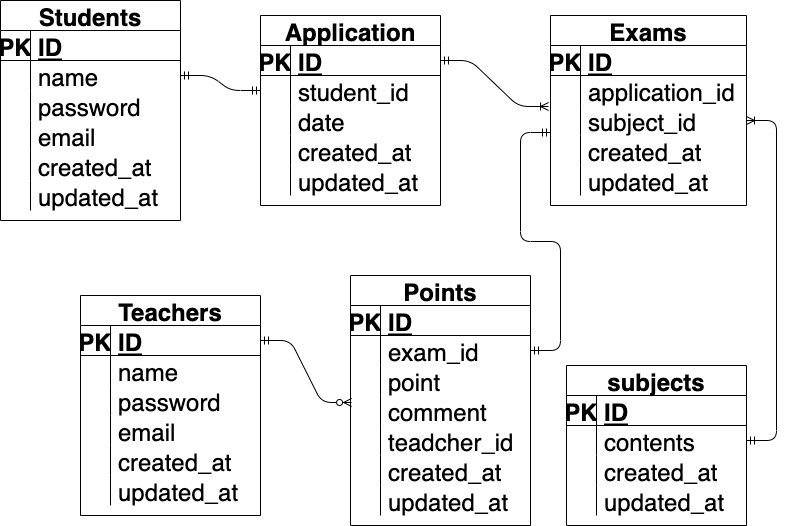
The draw.io diagram database-design_exam.drawio.png in hawkwing2022/20221221_takaba, before a commit. Source tidied: cells renumbered, new cells last; positions are measured from the earlier drawing's top-left corner, leaving out a move shared by most shapes.
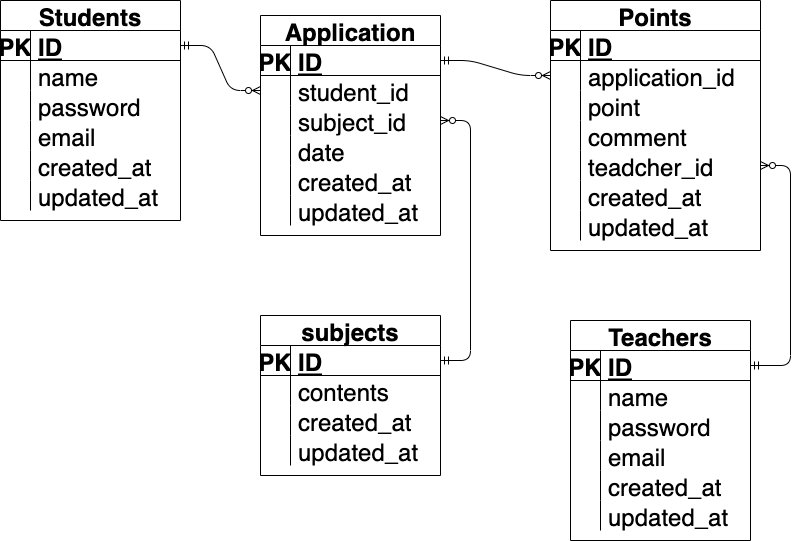
Later version of the same file.

Commit message:
restore_for_modification

Change to the diagram source:
```diff
@@ -60,7 +60,7 @@
       <mxGeometry x="30" width="150" height="30" as="geometry" />
     </mxCell>
     <mxCell id="21" value="Teachers" style="shape=table;startSize=30;rowLines=0;fontStyle=1;align=center;fontSize=24;" parent="1" vertex="1">
-      <mxGeometry x="80" y="295" width="180" height="220" as="geometry" />
+      <mxGeometry x="570" y="320" width="180" height="220" as="geometry" />
     </mxCell>
     <mxCell id="22" style="shape=partialRectangle;fillColor=none;top=0;left=0;bottom=1;right=0;points=[[0,0.5],[1,0.5]];portConstraint=eastwest;fontSize=24;" parent="21" vertex="1">
       <mxGeometry y="30" width="180" height="30" as="geometry" />
@@ -117,7 +117,7 @@
       <mxGeometry x="30" width="150" height="30" as="geometry" />
     </mxCell>
     <mxCell id="40" value="subjects" style="shape=table;startSize=30;rowLines=0;fontStyle=1;align=center;fontSize=24;" parent="1" vertex="1">
-      <mxGeometry x="566" y="365" width="180" height="160" as="geometry" />
+      <mxGeometry x="260" y="315" width="180" height="160" as="geometry" />
     </mxCell>
     <mxCell id="41" style="shape=partialRectangle;fillColor=none;top=0;left=0;bottom=1;right=0;points=[[0,0.5],[1,0.5]];portConstraint=eastwest;fontSize=24;" parent="40" vertex="1">
       <mxGeometry y="30" width="180" height="30" as="geometry" />
@@ -159,7 +159,7 @@
       <mxGeometry x="440" y="295" width="30" height="30" as="geometry" />
     </mxCell>
     <mxCell id="54" value="Application" style="shape=table;startSize=30;rowLines=0;fontStyle=1;align=center;fontSize=24;" parent="1" vertex="1">
-      <mxGeometry x="260" y="15" width="180" height="190" as="geometry" />
+      <mxGeometry x="260" y="15" width="180" height="220" as="geometry" />
     </mxCell>
     <mxCell id="55" style="shape=partialRectangle;fillColor=none;top=0;left=0;bottom=1;right=0;points=[[0,0.5],[1,0.5]];portConstraint=eastwest;fontSize=24;" parent="54" vertex="1">
       <mxGeometry y="30" width="180" height="30" as="geometry" />
@@ -179,8 +179,17 @@
     <mxCell id="60" value="student_id" style="shape=partialRectangle;fillColor=none;top=0;left=0;bottom=0;right=0;align=left;spacingLeft=6;overflow=hidden;fontSize=24;" parent="58" vertex="1">
       <mxGeometry x="30" width="150" height="30" as="geometry" />
     </mxCell>
+    <mxCell id="113" style="shape=partialRectangle;fillColor=none;top=0;left=0;bottom=0;right=0;points=[[0,0.5],[1,0.5]];portConstraint=eastwest;" parent="54" vertex="1">
+      <mxGeometry y="90" width="180" height="30" as="geometry" />
+    </mxCell>
+    <mxCell id="114" style="shape=partialRectangle;fillColor=none;top=0;left=0;bottom=0;right=0;overflow=hidden;" parent="113" vertex="1">
+      <mxGeometry width="30" height="30" as="geometry" />
+    </mxCell>
+    <mxCell id="79" value="subject_id" style="shape=partialRectangle;fillColor=none;top=0;left=0;bottom=0;right=0;align=left;spacingLeft=6;overflow=hidden;fontSize=24;" parent="113" vertex="1">
+      <mxGeometry x="30" width="150" height="30" as="geometry" />
+    </mxCell>
     <mxCell id="61" style="shape=partialRectangle;fillColor=none;top=0;left=0;bottom=0;right=0;fontSize=24;" parent="54" vertex="1">
-      <mxGeometry y="90" width="180" height="30" as="geometry" />
+      <mxGeometry y="120" width="180" height="30" as="geometry" />
     </mxCell>
     <mxCell id="62" style="shape=partialRectangle;fillColor=none;top=0;left=0;bottom=0;right=0;overflow=hidden;fontSize=24;" parent="61" vertex="1">
       <mxGeometry width="30" height="30" as="geometry" />
@@ -189,7 +198,7 @@
       <mxGeometry x="30" width="150" height="30" as="geometry" />
     </mxCell>
     <mxCell id="64" style="shape=partialRectangle;fillColor=none;top=0;left=0;bottom=0;right=0;fontSize=24;" parent="54" vertex="1">
-      <mxGeometry y="120" width="180" height="30" as="geometry" />
+      <mxGeometry y="150" width="180" height="30" as="geometry" />
     </mxCell>
     <mxCell id="65" style="shape=partialRectangle;fillColor=none;top=0;left=0;bottom=0;right=0;overflow=hidden;fontSize=24;" parent="64" vertex="1">
       <mxGeometry width="30" height="30" as="geometry" />
@@ -198,7 +207,7 @@
       <mxGeometry x="30" width="150" height="30" as="geometry" />
     </mxCell>
     <mxCell id="67" style="shape=partialRectangle;fillColor=none;top=0;left=0;bottom=0;right=0;fontSize=24;" parent="54" vertex="1">
-      <mxGeometry y="150" width="180" height="30" as="geometry" />
+      <mxGeometry y="180" width="180" height="30" as="geometry" />
     </mxCell>
     <mxCell id="68" style="shape=partialRectangle;fillColor=none;top=0;left=0;bottom=0;right=0;overflow=hidden;fontSize=24;" parent="67" vertex="1">
       <mxGeometry width="30" height="30" as="geometry" />
@@ -206,134 +215,85 @@
     <mxCell id="69" value="updated_at" style="shape=partialRectangle;fillColor=none;top=0;left=0;bottom=0;right=0;align=left;spacingLeft=6;overflow=hidden;fontSize=24;" parent="67" vertex="1">
       <mxGeometry x="30" width="150" height="30" as="geometry" />
     </mxCell>
-    <mxCell id="70" value="Exams" style="shape=table;startSize=30;rowLines=0;fontStyle=1;align=center;fontSize=24;" parent="1" vertex="1">
-      <mxGeometry x="550" y="15" width="196" height="190" as="geometry" />
-    </mxCell>
-    <mxCell id="71" style="shape=partialRectangle;fillColor=none;top=0;left=0;bottom=1;right=0;fontSize=24;" parent="70" vertex="1">
-      <mxGeometry y="30" width="196" height="30" as="geometry" />
-    </mxCell>
-    <mxCell id="72" value="PK" style="shape=partialRectangle;fillColor=none;top=0;left=0;bottom=0;right=0;fontStyle=1;overflow=hidden;fontSize=24;" parent="71" vertex="1">
-      <mxGeometry width="30" height="30" as="geometry" />
-    </mxCell>
-    <mxCell id="73" value="ID" style="shape=partialRectangle;fillColor=none;top=0;left=0;bottom=0;right=0;align=left;spacingLeft=6;fontStyle=5;overflow=hidden;fontSize=24;" parent="71" vertex="1">
-      <mxGeometry x="30" width="166" height="30" as="geometry" />
-    </mxCell>
-    <mxCell id="74" style="shape=partialRectangle;fillColor=none;top=0;left=0;bottom=0;right=0;fontSize=24;" parent="70" vertex="1">
-      <mxGeometry y="60" width="196" height="30" as="geometry" />
-    </mxCell>
-    <mxCell id="75" style="shape=partialRectangle;fillColor=none;top=0;left=0;bottom=0;right=0;overflow=hidden;fontSize=24;" parent="74" vertex="1">
-      <mxGeometry width="30" height="30" as="geometry" />
-    </mxCell>
-    <mxCell id="76" value="application_id" style="shape=partialRectangle;fillColor=none;top=0;left=0;bottom=0;right=0;align=left;spacingLeft=6;overflow=hidden;fontSize=24;" parent="74" vertex="1">
-      <mxGeometry x="30" width="166" height="30" as="geometry" />
-    </mxCell>
-    <mxCell id="77" style="shape=partialRectangle;fillColor=none;top=0;left=0;bottom=0;right=0;points=[[0,0.5],[1,0.5]];portConstraint=eastwest;fontSize=24;" parent="70" vertex="1">
-      <mxGeometry y="90" width="196" height="30" as="geometry" />
-    </mxCell>
-    <mxCell id="78" style="shape=partialRectangle;fillColor=none;top=0;left=0;bottom=0;right=0;overflow=hidden;fontSize=24;" parent="77" vertex="1">
-      <mxGeometry width="30" height="30" as="geometry" />
-    </mxCell>
-    <mxCell id="79" value="subject_id" style="shape=partialRectangle;fillColor=none;top=0;left=0;bottom=0;right=0;align=left;spacingLeft=6;overflow=hidden;fontSize=24;" parent="77" vertex="1">
-      <mxGeometry x="30" width="166" height="30" as="geometry" />
-    </mxCell>
-    <mxCell id="80" style="shape=partialRectangle;fillColor=none;top=0;left=0;bottom=0;right=0;points=[[0,0.5],[1,0.5]];portConstraint=eastwest;fontSize=24;" parent="70" vertex="1">
-      <mxGeometry y="120" width="196" height="30" as="geometry" />
-    </mxCell>
-    <mxCell id="81" style="shape=partialRectangle;fillColor=none;top=0;left=0;bottom=0;right=0;overflow=hidden;fontSize=24;" parent="80" vertex="1">
-      <mxGeometry width="30" height="30" as="geometry" />
-    </mxCell>
-    <mxCell id="82" value="created_at" style="shape=partialRectangle;fillColor=none;top=0;left=0;bottom=0;right=0;align=left;spacingLeft=6;overflow=hidden;fontSize=24;" parent="80" vertex="1">
-      <mxGeometry x="30" width="166" height="30" as="geometry" />
-    </mxCell>
-    <mxCell id="83" style="shape=partialRectangle;fillColor=none;top=0;left=0;bottom=0;right=0;fontSize=24;" parent="70" vertex="1">
-      <mxGeometry y="150" width="196" height="30" as="geometry" />
-    </mxCell>
-    <mxCell id="84" style="shape=partialRectangle;fillColor=none;top=0;left=0;bottom=0;right=0;overflow=hidden;fontSize=24;" parent="83" vertex="1">
-      <mxGeometry width="30" height="30" as="geometry" />
-    </mxCell>
-    <mxCell id="85" value="updated_at" style="shape=partialRectangle;fillColor=none;top=0;left=0;bottom=0;right=0;align=left;spacingLeft=6;overflow=hidden;fontSize=24;" parent="83" vertex="1">
-      <mxGeometry x="30" width="166" height="30" as="geometry" />
-    </mxCell>
     <mxCell id="86" value="Points" style="shape=table;startSize=30;rowLines=0;fontStyle=1;align=center;fontSize=24;" parent="1" vertex="1">
-      <mxGeometry x="350" y="275" width="180" height="250" as="geometry" />
+      <mxGeometry x="550" width="210" height="250" as="geometry" />
     </mxCell>
     <mxCell id="87" style="shape=partialRectangle;fillColor=none;top=0;left=0;bottom=1;right=0;fontSize=24;" parent="86" vertex="1">
-      <mxGeometry y="30" width="180" height="30" as="geometry" />
+      <mxGeometry y="30" width="210" height="30" as="geometry" />
     </mxCell>
     <mxCell id="88" value="PK" style="shape=partialRectangle;fillColor=none;top=0;left=0;bottom=0;right=0;fontStyle=1;overflow=hidden;fontSize=24;" parent="87" vertex="1">
       <mxGeometry width="30" height="30" as="geometry" />
     </mxCell>
     <mxCell id="89" value="ID" style="shape=partialRectangle;fillColor=none;top=0;left=0;bottom=0;right=0;align=left;spacingLeft=6;fontStyle=5;overflow=hidden;fontSize=24;" parent="87" vertex="1">
-      <mxGeometry x="30" width="150" height="30" as="geometry" />
+      <mxGeometry x="30" width="180" height="30" as="geometry" />
     </mxCell>
     <mxCell id="90" style="shape=partialRectangle;fillColor=none;top=0;left=0;bottom=0;right=0;points=[[0,0.5],[1,0.5]];portConstraint=eastwest;fontSize=24;" parent="86" vertex="1">
-      <mxGeometry y="60" width="180" height="30" as="geometry" />
+      <mxGeometry y="60" width="210" height="30" as="geometry" />
     </mxCell>
     <mxCell id="91" style="shape=partialRectangle;fillColor=none;top=0;left=0;bottom=0;right=0;overflow=hidden;fontSize=24;" parent="90" vertex="1">
       <mxGeometry width="30" height="30" as="geometry" />
     </mxCell>
-    <mxCell id="92" value="exam_id" style="shape=partialRectangle;fillColor=none;top=0;left=0;bottom=0;right=0;align=left;spacingLeft=6;overflow=hidden;fontSize=24;" parent="90" vertex="1">
-      <mxGeometry x="30" width="150" height="30" as="geometry" />
+    <mxCell id="92" value="application_id" style="shape=partialRectangle;fillColor=none;top=0;left=0;bottom=0;right=0;align=left;spacingLeft=6;overflow=hidden;fontSize=24;" parent="90" vertex="1">
+      <mxGeometry x="30" width="180" height="30" as="geometry" />
     </mxCell>
     <mxCell id="93" style="shape=partialRectangle;fillColor=none;top=0;left=0;bottom=0;right=0;fontSize=24;" parent="86" vertex="1">
-      <mxGeometry y="90" width="180" height="30" as="geometry" />
+      <mxGeometry y="90" width="210" height="30" as="geometry" />
     </mxCell>
     <mxCell id="94" style="shape=partialRectangle;fillColor=none;top=0;left=0;bottom=0;right=0;overflow=hidden;fontSize=24;" parent="93" vertex="1">
       <mxGeometry width="30" height="30" as="geometry" />
     </mxCell>
     <mxCell id="95" value="point" style="shape=partialRectangle;fillColor=none;top=0;left=0;bottom=0;right=0;align=left;spacingLeft=6;overflow=hidden;fontSize=24;" parent="93" vertex="1">
-      <mxGeometry x="30" width="150" height="30" as="geometry" />
+      <mxGeometry x="30" width="180" height="30" as="geometry" />
     </mxCell>
     <mxCell id="96" style="shape=partialRectangle;fillColor=none;top=0;left=0;bottom=0;right=0;points=[[0,0.5],[1,0.5]];portConstraint=eastwest;fontSize=24;" parent="86" vertex="1">
-      <mxGeometry y="120" width="180" height="30" as="geometry" />
+      <mxGeometry y="120" width="210" height="30" as="geometry" />
     </mxCell>
     <mxCell id="97" style="shape=partialRectangle;fillColor=none;top=0;left=0;bottom=0;right=0;overflow=hidden;fontSize=24;" parent="96" vertex="1">
       <mxGeometry width="30" height="30" as="geometry" />
     </mxCell>
     <mxCell id="98" value="comment" style="shape=partialRectangle;fillColor=none;top=0;left=0;bottom=0;right=0;align=left;spacingLeft=6;overflow=hidden;fontSize=24;" parent="96" vertex="1">
-      <mxGeometry x="30" width="150" height="30" as="geometry" />
+      <mxGeometry x="30" width="180" height="30" as="geometry" />
     </mxCell>
     <mxCell id="99" style="shape=partialRectangle;fillColor=none;top=0;left=0;bottom=0;right=0;points=[[0,0.5],[1,0.5]];portConstraint=eastwest;fontSize=24;" parent="86" vertex="1">
-      <mxGeometry y="150" width="180" height="30" as="geometry" />
+      <mxGeometry y="150" width="210" height="30" as="geometry" />
     </mxCell>
     <mxCell id="100" style="shape=partialRectangle;fillColor=none;top=0;left=0;bottom=0;right=0;overflow=hidden;fontSize=24;" parent="99" vertex="1">
       <mxGeometry width="30" height="30" as="geometry" />
     </mxCell>
     <mxCell id="101" value="teadcher_id" style="shape=partialRectangle;fillColor=none;top=0;left=0;bottom=0;right=0;align=left;spacingLeft=6;overflow=hidden;fontSize=24;" parent="99" vertex="1">
-      <mxGeometry x="30" width="150" height="30" as="geometry" />
+      <mxGeometry x="30" width="180" height="30" as="geometry" />
     </mxCell>
     <mxCell id="102" style="shape=partialRectangle;fillColor=none;top=0;left=0;bottom=0;right=0;fontSize=24;" parent="86" vertex="1">
-      <mxGeometry y="180" width="180" height="30" as="geometry" />
+      <mxGeometry y="180" width="210" height="30" as="geometry" />
     </mxCell>
     <mxCell id="103" style="shape=partialRectangle;fillColor=none;top=0;left=0;bottom=0;right=0;overflow=hidden;fontSize=24;" parent="102" vertex="1">
       <mxGeometry width="30" height="30" as="geometry" />
     </mxCell>
     <mxCell id="104" value="created_at" style="shape=partialRectangle;fillColor=none;top=0;left=0;bottom=0;right=0;align=left;spacingLeft=6;overflow=hidden;fontSize=24;" parent="102" vertex="1">
-      <mxGeometry x="30" width="150" height="30" as="geometry" />
+      <mxGeometry x="30" width="180" height="30" as="geometry" />
     </mxCell>
     <mxCell id="105" style="shape=partialRectangle;fillColor=none;top=0;left=0;bottom=0;right=0;fontSize=24;" parent="86" vertex="1">
-      <mxGeometry y="210" width="180" height="30" as="geometry" />
+      <mxGeometry y="210" width="210" height="30" as="geometry" />
     </mxCell>
     <mxCell id="106" style="shape=partialRectangle;fillColor=none;top=0;left=0;bottom=0;right=0;overflow=hidden;fontSize=24;" parent="105" vertex="1">
       <mxGeometry width="30" height="30" as="geometry" />
     </mxCell>
     <mxCell id="107" value="updated_at" style="shape=partialRectangle;fillColor=none;top=0;left=0;bottom=0;right=0;align=left;spacingLeft=6;overflow=hidden;fontSize=24;" parent="105" vertex="1">
-      <mxGeometry x="30" width="150" height="30" as="geometry" />
+      <mxGeometry x="30" width="180" height="30" as="geometry" />
     </mxCell>
-    <mxCell id="108" style="edgeStyle=entityRelationEdgeStyle;fontSize=12;html=1;endArrow=ERmandOne;startArrow=ERmandOne;exitX=1;exitY=0.5;exitDx=0;exitDy=0;entryX=0;entryY=0.5;entryDx=0;entryDy=0;" parent="1" edge="1" source="6" target="58">
-      <mxGeometry relative="1" as="geometry" />
-    </mxCell>
-    <mxCell id="109" style="edgeStyle=entityRelationEdgeStyle;fontSize=12;html=1;endArrow=ERoneToMany;startArrow=ERmandOne;exitX=1;exitY=0.5;exitDx=0;exitDy=0;entryX=-0.01;entryY=0.033;entryDx=0;entryDy=0;entryPerimeter=0;" parent="1" edge="1" source="55" target="77">
-      <mxGeometry relative="1" as="geometry" />
-    </mxCell>
-    <mxCell id="110" style="edgeStyle=entityRelationEdgeStyle;fontSize=12;html=1;endArrow=ERoneToMany;startArrow=ERmandOne;entryX=1;entryY=0.5;entryDx=0;entryDy=0;exitX=1;exitY=0.5;exitDx=0;exitDy=0;" parent="1" edge="1" source="44" target="77">
-      <mxGeometry relative="1" as="geometry" />
-    </mxCell>
-    <mxCell id="111" style="edgeStyle=entityRelationEdgeStyle;fontSize=12;html=1;endArrow=ERzeroToMany;startArrow=ERmandOne;exitX=1;exitY=0.5;exitDx=0;exitDy=0;entryX=0.006;entryY=0.233;entryDx=0;entryDy=0;entryPerimeter=0;" parent="1" edge="1" source="22" target="96">
+    <mxCell id="111" style="edgeStyle=entityRelationEdgeStyle;fontSize=12;html=1;endArrow=ERzeroToMany;startArrow=ERmandOne;" parent="1" edge="1" source="22" target="99">
       <mxGeometry relative="1" as="geometry" />
     </mxCell>
-    <mxCell id="112" style="edgeStyle=entityRelationEdgeStyle;fontSize=12;html=1;endArrow=ERmandOne;startArrow=ERmandOne;exitX=1;exitY=0.5;exitDx=0;exitDy=0;entryX=0;entryY=-0.1;entryDx=0;entryDy=0;entryPerimeter=0;" parent="1" edge="1" source="90" target="80">
-      <mxGeometry relative="1" as="geometry" />
-    </mxCell>
+    <mxCell id="115" style="edgeStyle=entityRelationEdgeStyle;fontSize=12;html=1;endArrow=ERzeroToMany;startArrow=ERmandOne;" parent="1" edge="1" source="41" target="113">
+      <mxGeometry relative="1" as="geometry" />
+    </mxCell>
+    <mxCell id="116" style="edgeStyle=entityRelationEdgeStyle;fontSize=12;html=1;endArrow=ERzeroToMany;startArrow=ERmandOne;" parent="1" edge="1" target="58">
+      <mxGeometry relative="1" as="geometry">
+        <mxPoint x="180" y="45" as="sourcePoint" />
+      </mxGeometry>
+    </mxCell>
+    <mxCell id="117" style="edgeStyle=entityRelationEdgeStyle;fontSize=12;html=1;endArrow=ERzeroToMany;startArrow=ERmandOne;exitX=1;exitY=0.5;exitDx=0;exitDy=0;" parent="1" edge="1" source="55" target="90">
+      <mxGeometry relative="1" as="geometry" />
+    </mxCell>
   </root>
 </mxGraphModel>
```
